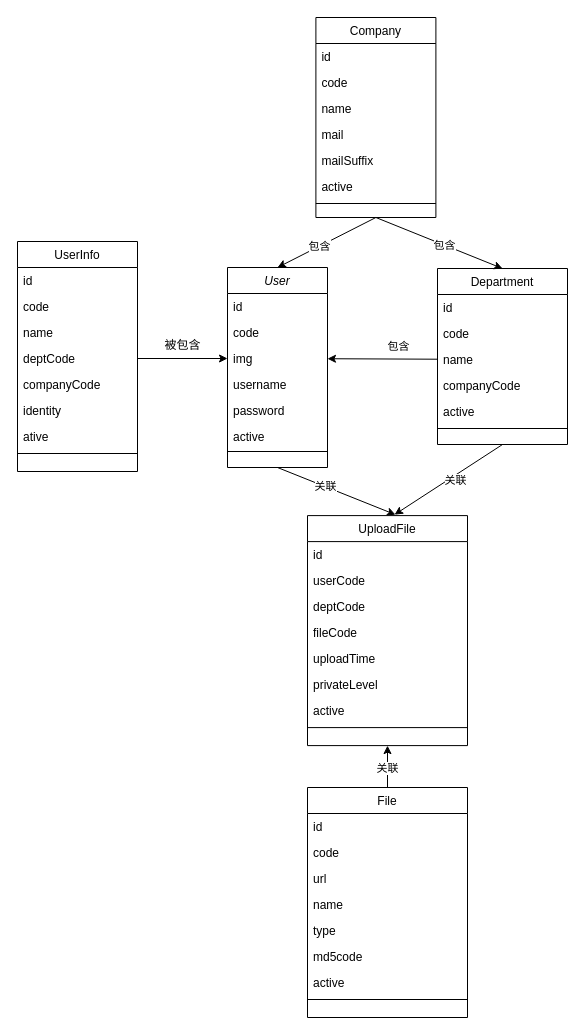
Before: leitu.drawio in ppp-203/ppp-203, a draw.io diagram. Source tidied: cells renumbered, new cells numbered last; positions are measured from the earlier drawing's top-left corner, leaving out a move shared by most shapes. Both pictures are drawn from the tidied source at 100%, with x=0, y=0 at pixel (17, 17).
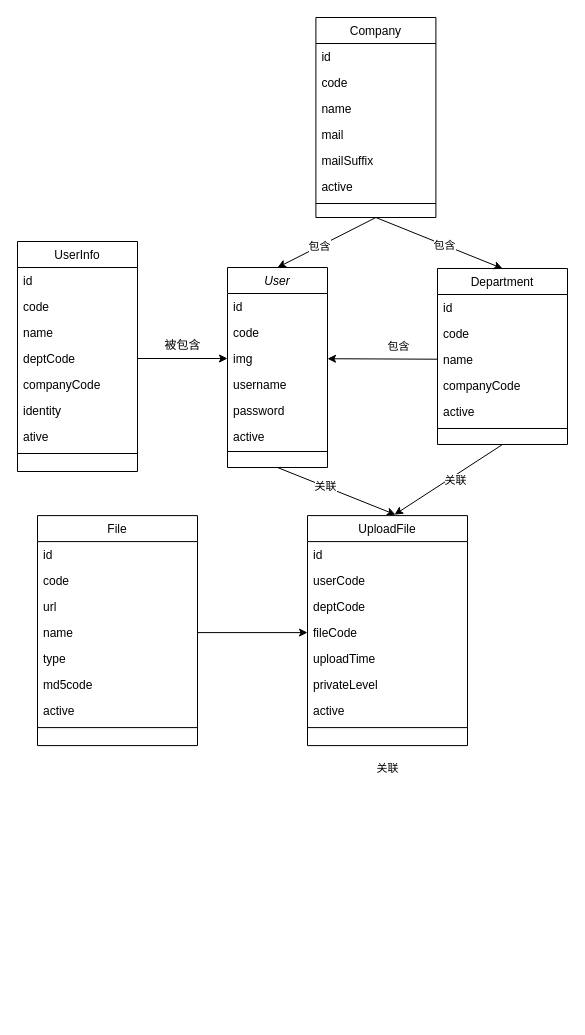
Above is the later version.

The change refers to these unchanged cells:
```xml
<mxCell id="17" value="name" style="text;align=left;verticalAlign=top;spacingLeft=4;spacingRight=4;overflow=hidden;points=[[0,0.5],[1,0.5]];portConstraint=eastwest;" parent="13" vertex="1">
  <mxGeometry y="104" width="160" height="26" as="geometry" />
</mxCell>
<mxCell id="22" value="UploadFile" style="swimlane;fontStyle=0;align=center;verticalAlign=top;horizontal=1;startSize=26;rounded=0;shadow=0;strokeWidth=1;" parent="1" vertex="1">
  <mxGeometry x="290" y="498.1" width="160" height="230" as="geometry" />
</mxCell>
<mxCell id="26" value="fileCode" style="text;align=left;verticalAlign=top;spacingLeft=4;spacingRight=4;overflow=hidden;points=[[0,0.5],[1,0.5]];portConstraint=eastwest;" parent="22" vertex="1">
  <mxGeometry y="104" width="160" height="26" as="geometry" />
</mxCell>
```

What changed in the source:
```diff
@@
-    <mxCell id="12" style="edgeStyle=none;rounded=0;jettySize=auto;html=1;entryX=0.5;entryY=1;entryDx=0;entryDy=0;" parent="1" edge="1" source="13" target="22">
+    <mxCell id="12" style="edgeStyle=none;rounded=0;jettySize=auto;html=1;entryX=0;entryY=0.5;entryDx=0;entryDy=0;exitX=1;exitY=0.5;exitDx=0;exitDy=0;" parent="1" edge="1" source="17" target="26">
       <mxGeometry relative="1" as="geometry" />
     </mxCell>
     <mxCell id="13" value="File" style="swimlane;fontStyle=0;align=center;verticalAlign=top;horizontal=1;startSize=26;rounded=0;shadow=0;strokeWidth=1;" parent="1" vertex="1">
-      <mxGeometry x="290" y="770" width="160" height="230" as="geometry" />
+      <mxGeometry x="20" y="498.1" width="160" height="230" as="geometry" />
     </mxCell>
```
